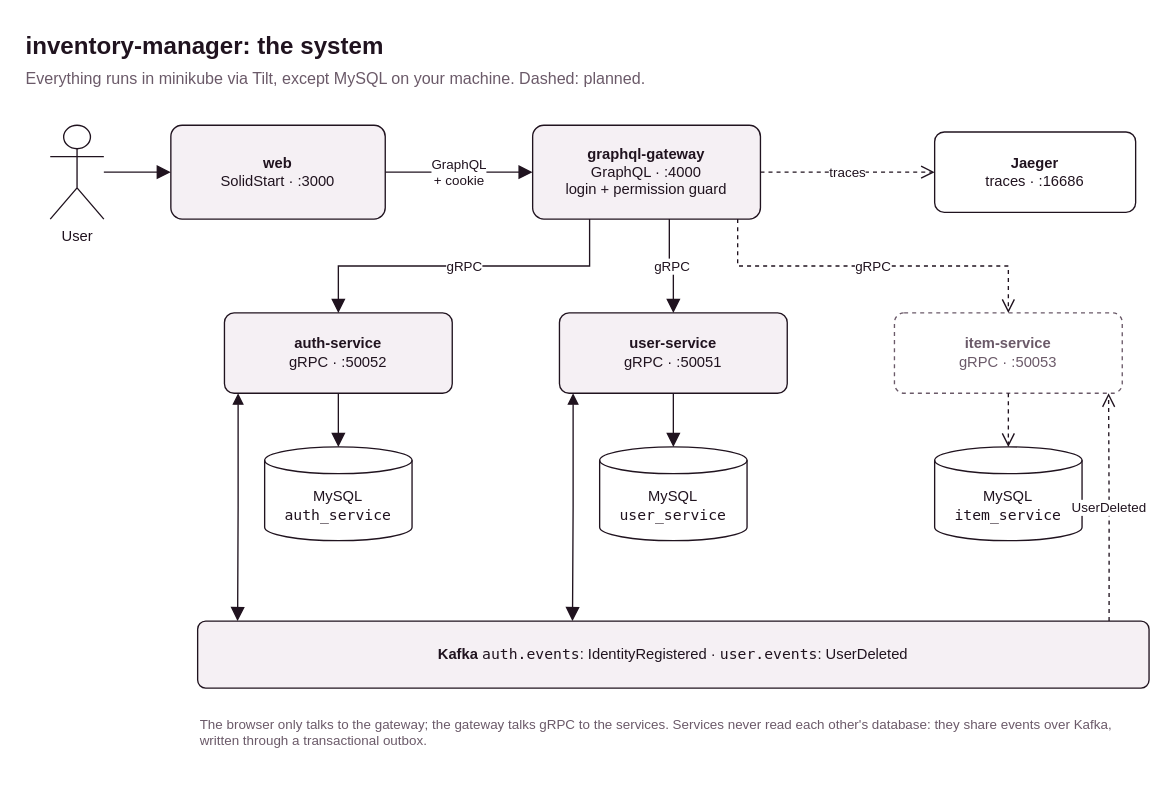
Before: docs/system.drawio in jochem11/inventory-manager, a draw.io diagram. Source tidied: cells renumbered, new cells numbered last; positions are measured from the earlier drawing's top-left corner, leaving out a move shared by most shapes. Both pictures are drawn from the tidied source at 134%, with x=0, y=0 at pixel (23, 23).
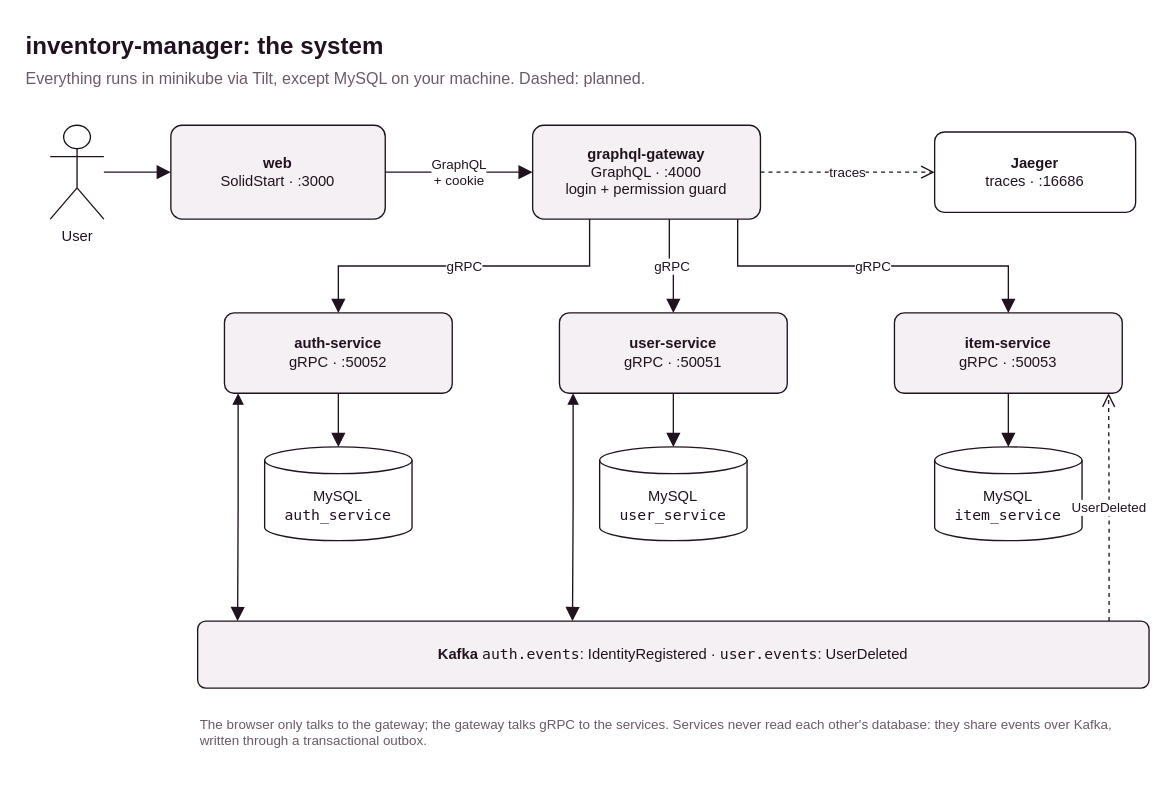
The same diagram, later.

Unchanged cells that the change refers to:
```xml
<mxCell id="4" value="&lt;b&gt;graphql-gateway&lt;/b&gt;&lt;br&gt;GraphQL · :4000&lt;br&gt;login + permission guard" style="rounded=1;arcSize=12;whiteSpace=wrap;html=1;fillColor=#f5f0f4;strokeColor=#20131f;fontSize=11;fontColor=#20131f;fontFamily=Helvetica;" parent="1" vertex="1">
  <mxGeometry x="380" y="76" width="170" height="70" as="geometry" />
</mxCell>
<mxCell id="11" value="MySQL&lt;br&gt;&lt;font face=&quot;Menlo, monospace&quot;&gt;item_service&lt;/font&gt;" style="shape=cylinder3;whiteSpace=wrap;html=1;boundedLbl=1;backgroundOutline=1;size=10;fillColor=#ffffff;strokeColor=#20131f;fontSize=11;fontColor=#20131f;fontFamily=Helvetica;" parent="1" vertex="1">
  <mxGeometry x="680" y="316" width="110" height="70" as="geometry" />
</mxCell>
```

Change to the diagram source:
```diff
@@
-    <mxCell id="8" value="&lt;b&gt;item-service&lt;/b&gt;&lt;br&gt;gRPC · :50053" style="rounded=1;arcSize=12;whiteSpace=wrap;html=1;fillColor=#ffffff;strokeColor=#6b5a69;dashed=1;fontSize=11;fontColor=#6b5a69;fontFamily=Helvetica;" parent="1" vertex="1">
+    <mxCell id="8" value="&lt;b&gt;item-service&lt;/b&gt;&lt;br&gt;gRPC · :50053" style="rounded=1;arcSize=12;whiteSpace=wrap;html=1;fillColor=#f5f0f4;strokeColor=#20131f;fontSize=11;fontColor=#20131f;fontFamily=Helvetica;" parent="1" vertex="1">
       <mxGeometry x="650" y="216" width="170" height="60" as="geometry" />
     </mxCell>
@@
-    <mxCell id="18" value="gRPC" style="html=1;rounded=0;endArrow=open;endFill=0;endSize=8;fontSize=10;strokeColor=#20131f;fontColor=#20131f;labelBackgroundColor=#ffffff;dashed=1;edgeStyle=orthogonalEdgeStyle;exitX=0.9;exitY=1;exitDx=0;exitDy=0;entryX=0.5;entryY=0;entryDx=0;entryDy=0;fontFamily=Helvetica;" parent="1" edge="1" source="4" target="8">
+    <mxCell id="18" value="gRPC" style="html=1;rounded=0;endArrow=block;endFill=1;endSize=8;fontSize=10;strokeColor=#20131f;fontColor=#20131f;labelBackgroundColor=#ffffff;edgeStyle=orthogonalEdgeStyle;exitX=0.9;exitY=1;exitDx=0;exitDy=0;entryX=0.5;entryY=0;entryDx=0;entryDy=0;fontFamily=Helvetica;" parent="1" edge="1" source="4" target="8">
       <mxGeometry relative="1" as="geometry">
         <Array as="points">
           <mxPoint x="533" y="181" />
           <mxPoint x="735" y="181" />
         </Array>
       </mxGeometry>
     </mxCell>
@@
-    <mxCell id="21" style="html=1;rounded=0;endArrow=open;endFill=0;endSize=8;fontSize=10;strokeColor=#20131f;fontColor=#20131f;labelBackgroundColor=#ffffff;dashed=1;fontFamily=Helvetica;" parent="1" edge="1" source="8" target="11">
+    <mxCell id="21" style="html=1;rounded=0;endArrow=block;endFill=1;endSize=8;fontSize=10;strokeColor=#20131f;fontColor=#20131f;labelBackgroundColor=#ffffff;fontFamily=Helvetica;" parent="1" edge="1" source="8" target="11">
       <mxGeometry relative="1" as="geometry" />
     </mxCell>
```
